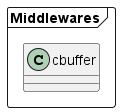
Above: docs/docs/architecture_midwares/architecture_midwares.png in minh2002sn/led_control (PlantUML), before the change.
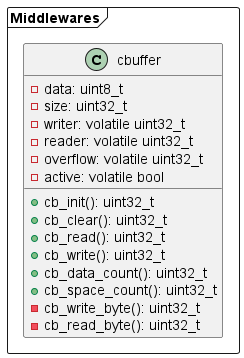
The same file after the commit.

Change to the diagram source:
```diff
@@ -2,6 +2,22 @@
 
 package Middlewares <<Frame>> {
   class cbuffer
+  {
+    -data: uint8_t
+    -size: uint32_t
+    -writer: volatile uint32_t
+    -reader: volatile uint32_t
+    -overflow: volatile uint32_t
+    -active: volatile bool
+    +cb_init(): uint32_t
+    +cb_clear(): uint32_t
+    +cb_read(): uint32_t
+    +cb_write(): uint32_t
+    +cb_data_count(): uint32_t
+    +cb_space_count(): uint32_t
+    -cb_write_byte(): uint32_t
+    -cb_read_byte(): uint32_t
+  }
 }
 
 @enduml
```
